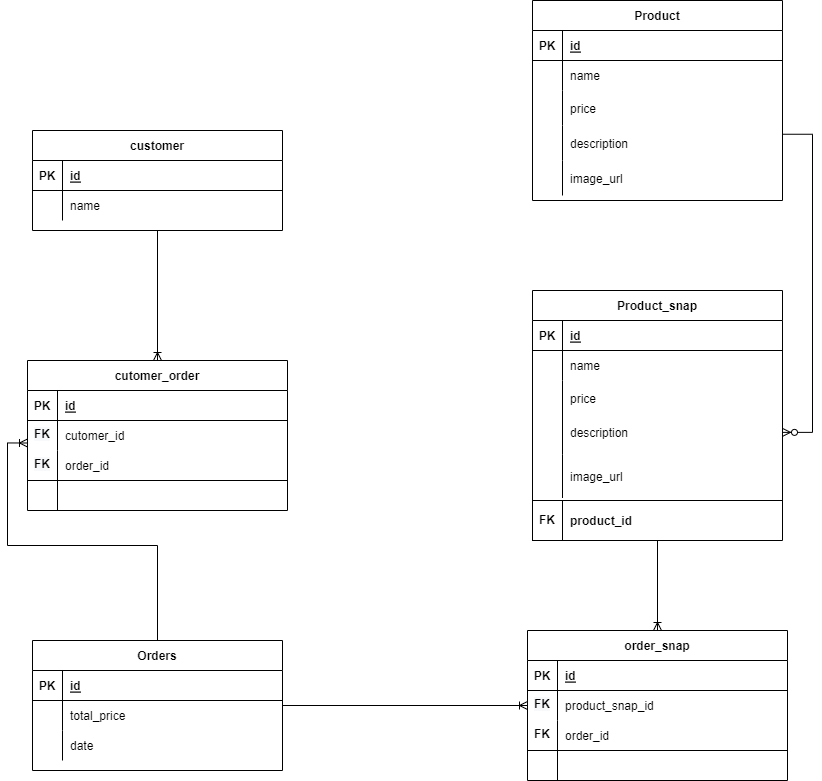
The draw.io diagram ERD.png in brik-id/be-test, before a commit. Source tidied: cells renumbered, new cells last; positions are measured from the earlier drawing's top-left corner, leaving out a move shared by most shapes.
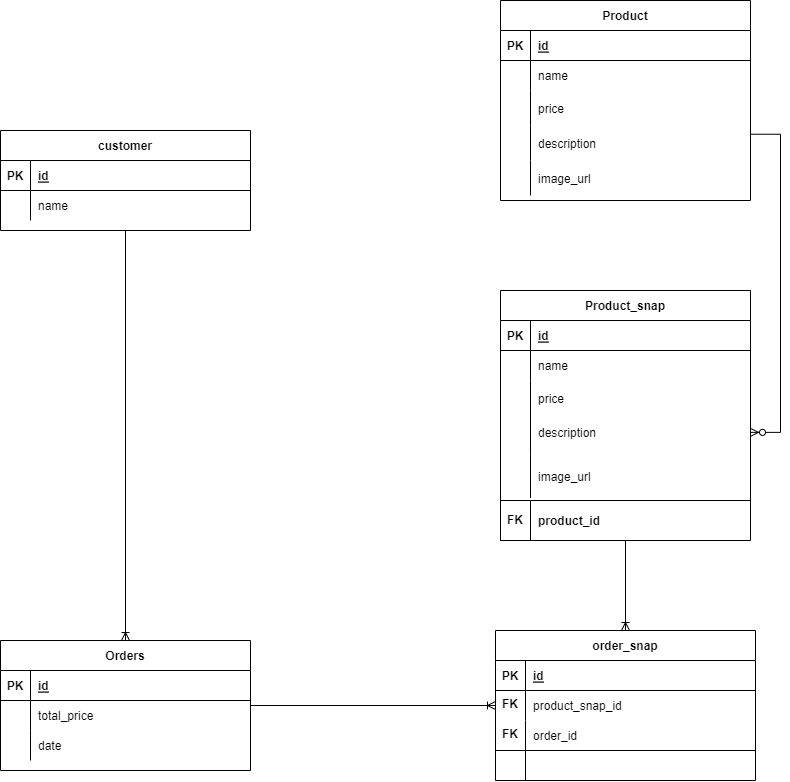
The same diagram one commit later.

Change to the diagram source:
```diff
@@ -5,9 +5,6 @@
     <mxCell id="2" style="edgeStyle=orthogonalEdgeStyle;rounded=0;jettySize=auto;html=1;entryX=0;entryY=0.5;entryDx=0;entryDy=0;endArrow=ERoneToMany;endFill=0;" parent="1" edge="1" source="4" target="65">
       <mxGeometry relative="1" as="geometry" />
     </mxCell>
-    <mxCell id="3" style="edgeStyle=orthogonalEdgeStyle;rounded=0;jettySize=auto;html=1;entryX=0;entryY=0.75;entryDx=0;entryDy=0;endArrow=ERoneToMany;endFill=0;" parent="1" edge="1" source="4" target="82">
-      <mxGeometry relative="1" as="geometry" />
-    </mxCell>
     <mxCell id="4" value="Orders" style="shape=table;startSize=30;rowLines=0;fontStyle=1;align=center;" parent="1" vertex="1">
       <mxGeometry x="5" y="640" width="250" height="130" as="geometry" />
     </mxCell>
@@ -38,7 +35,7 @@
     <mxCell id="13" value="date" style="shape=partialRectangle;overflow=hidden;fillColor=none;top=0;left=0;bottom=0;right=0;align=left;spacingLeft=6;" parent="11" vertex="1">
       <mxGeometry x="30" width="220" height="30" as="geometry" />
     </mxCell>
-    <mxCell id="14" style="edgeStyle=orthogonalEdgeStyle;rounded=0;jettySize=auto;html=1;entryX=0.5;entryY=0;entryDx=0;entryDy=0;endArrow=ERoneToMany;endFill=0;" parent="1" edge="1" source="15" target="69">
+    <mxCell id="14" style="edgeStyle=orthogonalEdgeStyle;rounded=0;jettySize=auto;html=1;entryX=0.5;entryY=0;entryDx=0;entryDy=0;endArrow=ERoneToMany;endFill=0;" parent="1" edge="1" source="15" target="4">
       <mxGeometry relative="1" as="geometry" />
     </mxCell>
     <mxCell id="15" value="customer" style="shape=table;startSize=30;rowLines=0;fontStyle=1;align=center;" parent="1" vertex="1">
@@ -205,56 +202,5 @@
     <mxCell id="68" style="edgeStyle=orthogonalEdgeStyle;rounded=0;jettySize=auto;html=1;entryX=0.5;entryY=0;entryDx=0;entryDy=0;endArrow=ERoneToMany;endFill=0;" parent="1" edge="1" source="37" target="52">
       <mxGeometry relative="1" as="geometry" />
     </mxCell>
-    <mxCell id="69" value="cutomer_order" style="shape=table;startSize=30;rowLines=0;fontStyle=1;align=center;shadow=0;sketch=0;strokeColor=default;strokeWidth=1;fillColor=none;" parent="1" vertex="1">
-      <mxGeometry y="360" width="260" height="150" as="geometry" />
-    </mxCell>
-    <mxCell id="70" style="shape=tableRow;horizontal=0;startSize=0;swimlaneHead=0;swimlaneBody=0;fillColor=none;top=0;left=0;right=0;bottom=1;shadow=0;sketch=0;strokeColor=default;strokeWidth=1;" parent="69" vertex="1">
-      <mxGeometry y="30" width="260" height="30" as="geometry" />
-    </mxCell>
-    <mxCell id="71" value="PK" style="shape=partialRectangle;fillColor=none;top=0;left=0;bottom=0;right=0;fontStyle=1;overflow=hidden;shadow=0;sketch=0;strokeColor=default;strokeWidth=1;" parent="70" vertex="1">
-      <mxGeometry width="30" height="30" as="geometry" />
-    </mxCell>
-    <mxCell id="72" value="id" style="shape=partialRectangle;fillColor=none;top=0;left=0;bottom=0;right=0;align=left;spacingLeft=6;fontStyle=5;overflow=hidden;shadow=0;sketch=0;strokeColor=default;strokeWidth=1;" parent="70" vertex="1">
-      <mxGeometry x="30" width="230" height="30" as="geometry" />
-    </mxCell>
-    <mxCell id="73" style="shape=tableRow;horizontal=0;startSize=0;swimlaneHead=0;swimlaneBody=0;fillColor=none;top=0;left=0;right=0;bottom=0;shadow=0;sketch=0;strokeColor=default;strokeWidth=1;" parent="69" vertex="1">
-      <mxGeometry y="60" width="260" height="30" as="geometry" />
-    </mxCell>
-    <mxCell id="74" style="shape=partialRectangle;fillColor=none;top=0;left=0;bottom=0;right=0;overflow=hidden;shadow=0;sketch=0;strokeColor=default;strokeWidth=1;" parent="73" vertex="1">
-      <mxGeometry width="30" height="30" as="geometry" />
-    </mxCell>
-    <mxCell id="75" value="cutomer_id" style="shape=partialRectangle;fillColor=none;top=0;left=0;bottom=0;right=0;align=left;spacingLeft=6;overflow=hidden;shadow=0;sketch=0;strokeColor=default;strokeWidth=1;" parent="73" vertex="1">
-      <mxGeometry x="30" width="230" height="30" as="geometry" />
-    </mxCell>
-    <mxCell id="76" style="shape=tableRow;horizontal=0;startSize=0;swimlaneHead=0;swimlaneBody=0;fillColor=none;top=0;left=0;right=0;bottom=0;shadow=0;sketch=0;strokeColor=default;strokeWidth=1;" parent="69" vertex="1">
-      <mxGeometry y="90" width="260" height="30" as="geometry" />
-    </mxCell>
-    <mxCell id="77" style="shape=partialRectangle;fillColor=none;top=0;left=0;bottom=0;right=0;overflow=hidden;shadow=0;sketch=0;strokeColor=default;strokeWidth=1;" parent="76" vertex="1">
-      <mxGeometry width="30" height="30" as="geometry" />
-    </mxCell>
-    <mxCell id="78" value="order_id" style="shape=partialRectangle;fillColor=none;top=0;left=0;bottom=1;right=0;align=left;spacingLeft=6;overflow=hidden;shadow=0;sketch=0;strokeColor=default;strokeWidth=1;" parent="76" vertex="1">
-      <mxGeometry x="30" width="230" height="30" as="geometry" />
-    </mxCell>
-    <mxCell id="79" style="shape=tableRow;horizontal=0;startSize=0;swimlaneHead=0;swimlaneBody=0;fillColor=none;top=0;left=0;right=0;bottom=0;shadow=0;sketch=0;strokeColor=default;strokeWidth=1;" parent="69" vertex="1">
-      <mxGeometry y="120" width="260" height="30" as="geometry" />
-    </mxCell>
-    <mxCell id="80" style="shape=partialRectangle;fillColor=none;top=0;left=0;bottom=0;right=0;overflow=hidden;shadow=0;sketch=0;strokeColor=default;strokeWidth=1;" parent="79" vertex="1">
-      <mxGeometry width="30" height="30" as="geometry" />
-    </mxCell>
-    <mxCell id="81" style="shape=partialRectangle;fillColor=none;top=0;left=0;bottom=0;right=0;align=left;spacingLeft=6;overflow=hidden;shadow=0;sketch=0;strokeColor=default;strokeWidth=1;" parent="79" vertex="1">
-      <mxGeometry x="30" width="230" height="30" as="geometry" />
-    </mxCell>
-    <mxCell id="82" value="&lt;b style=&quot;color: rgb(0, 0, 0); font-family: Helvetica; font-size: 12px; font-style: normal; font-variant-ligatures: normal; font-variant-caps: normal; letter-spacing: normal; orphans: 2; text-indent: 0px; text-transform: none; widows: 2; word-spacing: 0px; -webkit-text-stroke-width: 0px; background-color: rgb(248, 249, 250); text-decoration-thickness: initial; text-decoration-style: initial; text-decoration-color: initial;&quot;&gt;FK&lt;/b&gt;" style="text;whiteSpace=wrap;html=1;align=center;" parent="1" vertex="1">
-      <mxGeometry y="420" width="30" height="30" as="geometry" />
-    </mxCell>
-    <mxCell id="83" value="&lt;b style=&quot;color: rgb(0, 0, 0); font-family: Helvetica; font-size: 12px; font-style: normal; font-variant-ligatures: normal; font-variant-caps: normal; letter-spacing: normal; orphans: 2; text-indent: 0px; text-transform: none; widows: 2; word-spacing: 0px; -webkit-text-stroke-width: 0px; background-color: rgb(248, 249, 250); text-decoration-thickness: initial; text-decoration-style: initial; text-decoration-color: initial;&quot;&gt;FK&lt;/b&gt;" style="text;whiteSpace=wrap;html=1;align=center;" parent="1" vertex="1">
-      <mxGeometry y="450" width="30" height="30" as="geometry" />
-    </mxCell>
-    <mxCell id="84" style="endArrow=none;html=1;rounded=0;exitX=0;exitY=1;exitDx=0;exitDy=0;" parent="1" edge="1">
-      <mxGeometry relative="1" as="geometry">
-        <mxPoint y="480" as="sourcePoint" />
-        <mxPoint x="35" y="480" as="targetPoint" />
-      </mxGeometry>
-    </mxCell>
   </root>
 </mxGraphModel>
```
